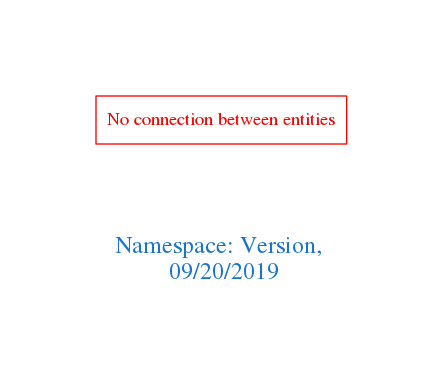
The Graphviz diagram downloads/Version.png in arago/OGIT, before a commit. Its source is kept beside it as downloads/Version.dot.
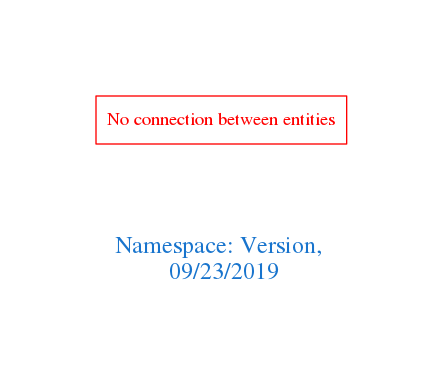
Later version of the same file.

What changed in the source:
```diff
@@ -1,7 +1,7 @@
 digraph OGIT_ontology {
  graph [ rankdir= LR,pad=1
 fontsize = 18,
-fontcolor= dodgerblue3,label = "\n\n\nNamespace: Version, \n 09/20/2019"];
+fontcolor= dodgerblue3,label = "\n\n\nNamespace: Version, \n 09/23/2019"];
 node[shape=polygon];
 edge [  color="gray81"];
 
```
